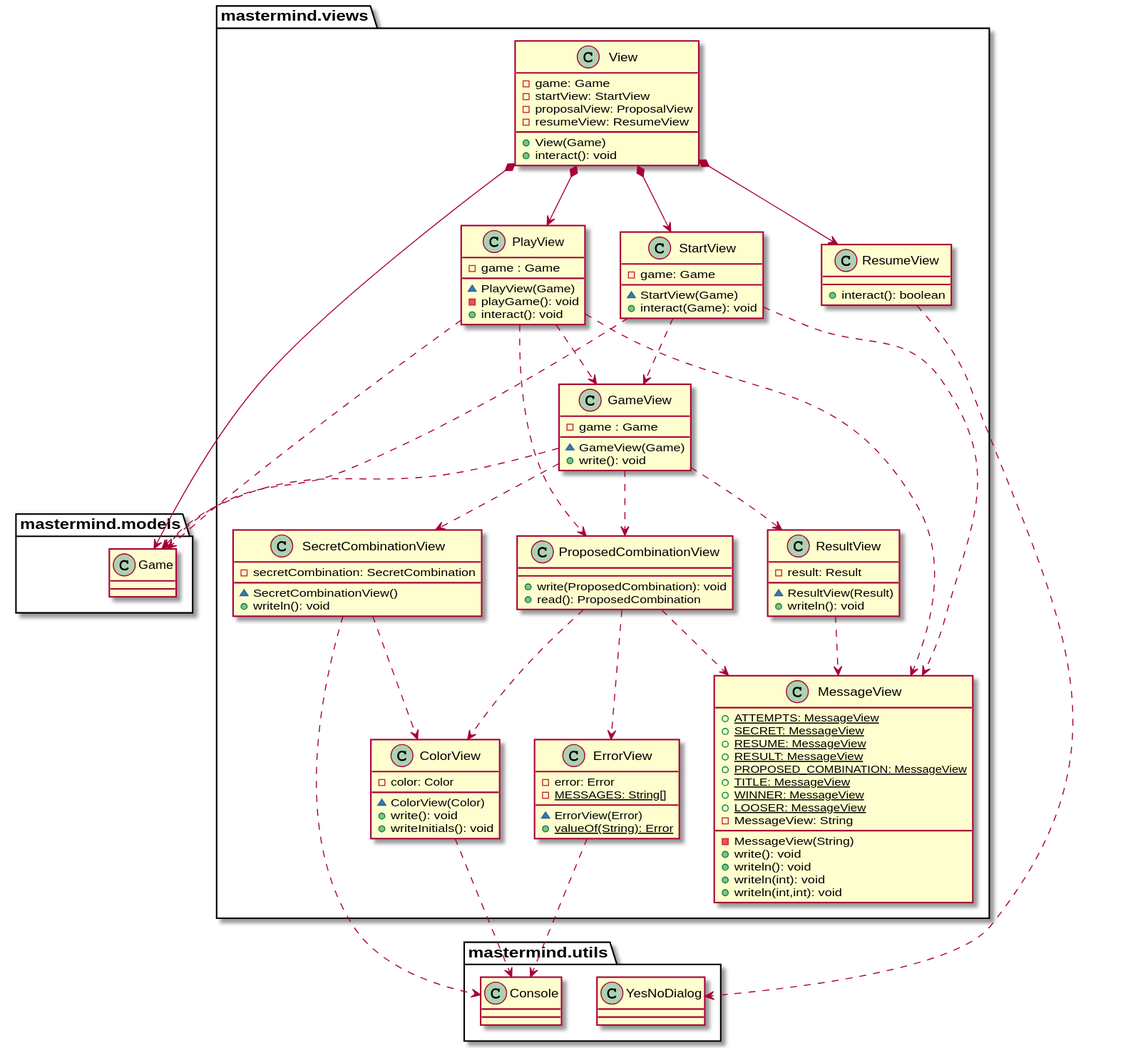
mahuerta/MasterMind keeps this PlantUML diagram as docs/images/mastermindViews.svg. Above is the earlier version.
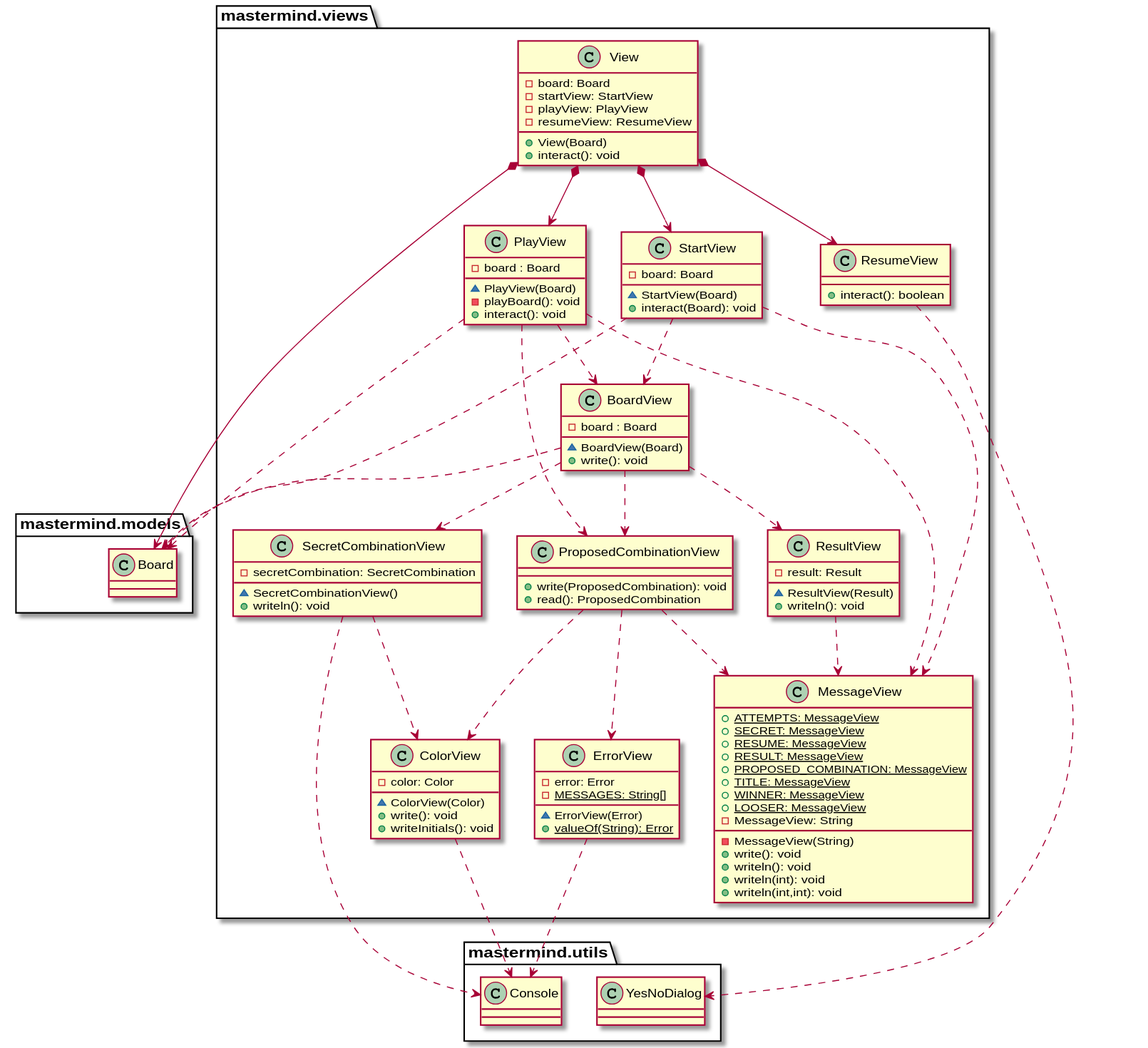
Later version of the same file.

Commit message:
Cambio en los diagramas tras borrar Game por ser perezosa

What changed in the source:
```diff
@@ -32,15 +32,15 @@
 }
 
 class  mastermind.views.PlayView{
-- game : Game
-~ PlayView(Game)
-- playGame(): void
+- board : Board
+~ PlayView(Board)
+- playBoard(): void
 + interact(): void
 }
 
-class  mastermind.views.GameView{
-- game : Game
-~ GameView(Game)
+class  mastermind.views.BoardView{
+- board : Board
+~ BoardView(Board)
 + write(): void
 }
 
@@ -68,39 +68,39 @@
 }
 
 class  mastermind.views.StartView{
-- game: Game
-~ StartView(Game)
-+ interact(Game): void
+- board: Board
+~ StartView(Board)
++ interact(Board): void
 }
 
 class  mastermind.views.View{
-- game: Game
+- board: Board
 - startView: StartView
-- proposalView: ProposalView
+- playView: PlayView
 - resumeView: ResumeView
-+ View(Game)
++ View(Board)
 + interact(): void
 }
 
-mastermind.views.View *-down-> mastermind.models.Game
+mastermind.views.View *-down-> mastermind.models.Board
 mastermind.views.View *-down-> mastermind.views.PlayView
 mastermind.views.View *-down-> mastermind.views.StartView
 mastermind.views.View *-down-> mastermind.views.ResumeView
 
-mastermind.views.PlayView ..> mastermind.views.GameView
+mastermind.views.PlayView ..> mastermind.views.BoardView
 mastermind.views.PlayView ..> mastermind.views.ProposedCombinationView
-mastermind.views.PlayView ..> mastermind.models.Game
+mastermind.views.PlayView ..> mastermind.models.Board
 mastermind.views.PlayView ..> mastermind.views.MessageView
 
 
-mastermind.views.GameView ..> mastermind.views.SecretCombinationView
-mastermind.views.GameView ..> mastermind.views.ProposedCombinationView
-mastermind.views.GameView ..> mastermind.views.ResultView
-mastermind.views.GameView ..> mastermind.models.Game
+mastermind.views.BoardView ..> mastermind.views.SecretCombinationView
+mastermind.views.BoardView ..> mastermind.views.ProposedCombinationView
+mastermind.views.BoardView ..> mastermind.views.ResultView
+mastermind.views.BoardView ..> mastermind.models.Board
 
-mastermind.views.StartView ..> mastermind.models.Game
+mastermind.views.StartView ..> mastermind.models.Board
 mastermind.views.StartView ..> mastermind.views.MessageView
-mastermind.views.StartView ..> mastermind.views.GameView
+mastermind.views.StartView ..> mastermind.views.BoardView
 
 mastermind.views.ResumeView ..> mastermind.utils.YesNoDialog
 
```
